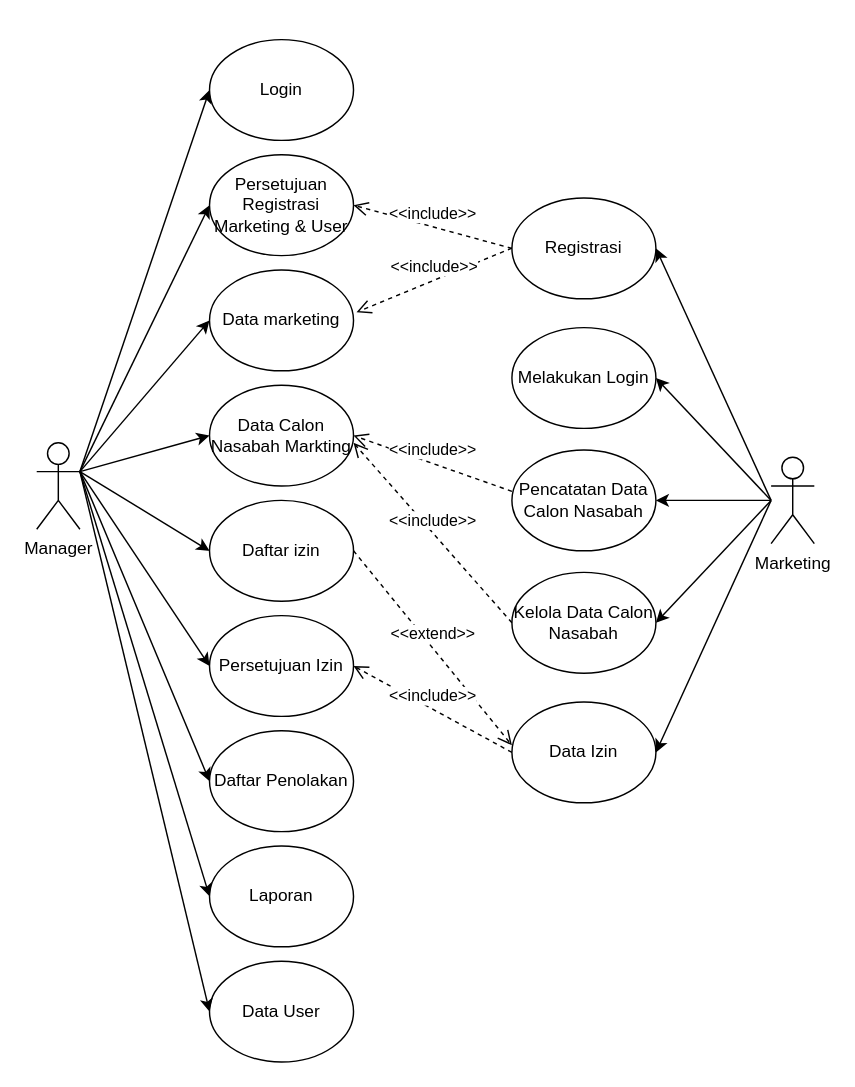
Earlier version of the draw.io diagram LAPORAN/CHART,case,diagram dll/Untitled Diagram.drawio (abidardiansyah/ProjectTA1). Source tidied: cells renumbered, new cells numbered last; positions are measured from the earlier drawing's top-left corner, leaving out a move shared by most shapes. Both pictures are drawn from the tidied source at 144%, with x=0, y=0 at pixel (36, 39).
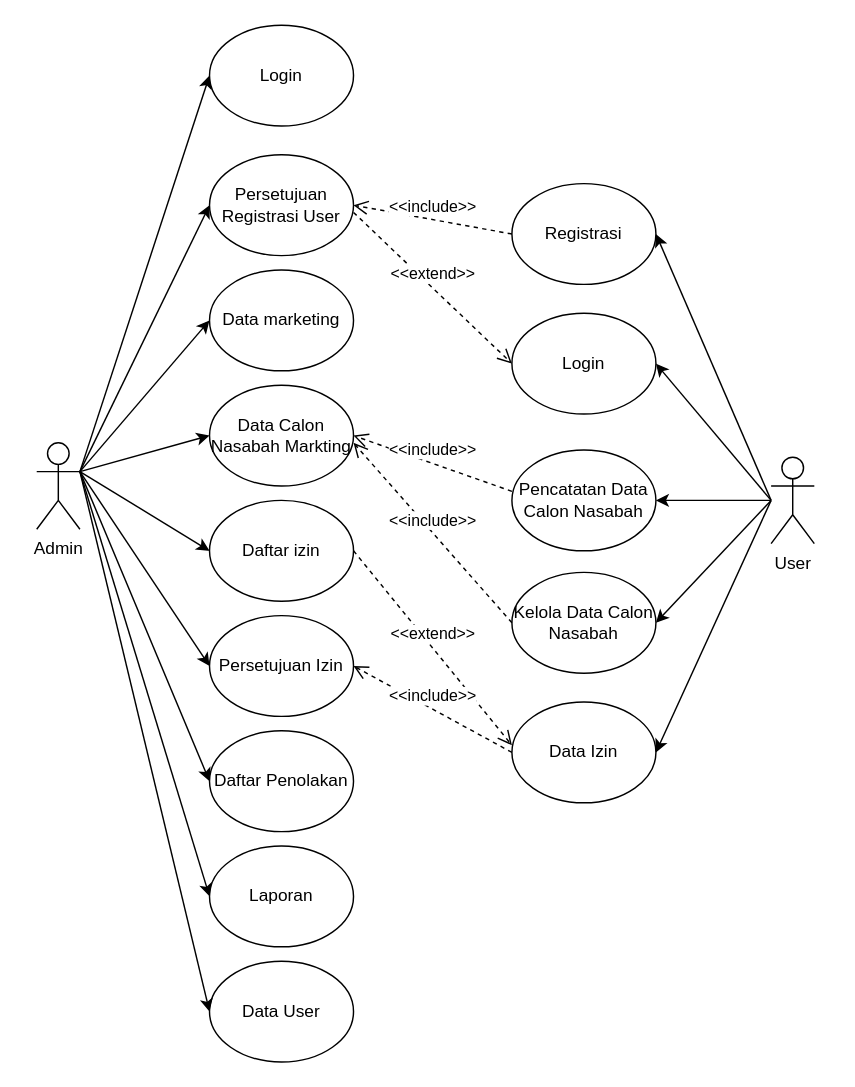
The same diagram, later.

Unchanged cells that the change refers to:
```xml
<mxCell id="15" value="Data marketing" style="ellipse;whiteSpace=wrap;html=1;" parent="1" vertex="1">
  <mxGeometry x="120" y="160" width="100" height="70" as="geometry" />
</mxCell>
```

Change to the diagram source:
```diff
@@
-    <mxCell id="2" value="Marketing" style="shape=umlActor;verticalLabelPosition=bottom;verticalAlign=top;html=1;outlineConnect=0;" parent="1" vertex="1">
+    <mxCell id="2" value="User" style="shape=umlActor;verticalLabelPosition=bottom;verticalAlign=top;html=1;outlineConnect=0;" parent="1" vertex="1">
       <mxGeometry x="510" y="290" width="30" height="60" as="geometry" />
     </mxCell>
-    <mxCell id="3" value="Manager&lt;br&gt;" style="shape=umlActor;verticalLabelPosition=bottom;verticalAlign=top;html=1;outlineConnect=0;" parent="1" vertex="1">
+    <mxCell id="3" value="Admin" style="shape=umlActor;verticalLabelPosition=bottom;verticalAlign=top;html=1;outlineConnect=0;" parent="1" vertex="1">
       <mxGeometry y="280" width="30" height="60" as="geometry" />
     </mxCell>
     <mxCell id="4" value="Registrasi" style="ellipse;whiteSpace=wrap;html=1;" parent="1" vertex="1">
-      <mxGeometry x="330" y="110" width="100" height="70" as="geometry" />
+      <mxGeometry x="330" y="100" width="100" height="70" as="geometry" />
     </mxCell>
@@
-    <mxCell id="12" value="Melakukan Login" style="ellipse;whiteSpace=wrap;html=1;" parent="1" vertex="1">
-      <mxGeometry x="330" y="200" width="100" height="70" as="geometry" />
-    </mxCell>
-    <mxCell id="13" style="endArrow=classic;html=1;rounded=0;entryX=1;entryY=0.5;entryDx=0;entryDy=0;" parent="1" edge="1" target="12">
-      <mxGeometry relative="1" as="geometry">
-        <mxPoint x="510" y="320" as="sourcePoint" />
-      </mxGeometry>
-    </mxCell>
     <mxCell id="14" value="Login" style="ellipse;whiteSpace=wrap;html=1;" parent="1" vertex="1">
-      <mxGeometry x="120" width="100" height="70" as="geometry" />
+      <mxGeometry x="120" y="-10" width="100" height="70" as="geometry" />
     </mxCell>
@@
-    <mxCell id="16" value="&amp;lt;&amp;lt;include&amp;gt;&amp;gt;" style="html=1;verticalAlign=bottom;endArrow=open;dashed=1;endSize=8;elbow=vertical;rounded=0;entryX=1.021;entryY=0.419;entryDx=0;entryDy=0;entryPerimeter=0;" parent="1" edge="1" target="15">
-      <mxGeometry relative="1" as="geometry">
-        <mxPoint x="330" y="144.8" as="sourcePoint" />
-      </mxGeometry>
-    </mxCell>
@@
-    <mxCell id="29" value="Persetujuan Registrasi Marketing &amp;amp; User" style="ellipse;whiteSpace=wrap;html=1;" parent="1" vertex="1">
+    <mxCell id="29" value="Persetujuan Registrasi User" style="ellipse;whiteSpace=wrap;html=1;" parent="1" vertex="1">
       <mxGeometry x="120" y="80" width="100" height="70" as="geometry" />
     </mxCell>
@@
+    <mxCell id="38" value="Login" style="ellipse;whiteSpace=wrap;html=1;" parent="1" vertex="1">
+      <mxGeometry x="330" y="190" width="100" height="70" as="geometry" />
+    </mxCell>
+    <mxCell id="39" value="&amp;lt;&amp;lt;extend&amp;gt;&amp;gt;" style="html=1;verticalAlign=bottom;endArrow=open;dashed=1;endSize=8;elbow=vertical;rounded=0;entryX=0;entryY=0.5;entryDx=0;entryDy=0;" parent="1" edge="1" target="38">
+      <mxGeometry relative="1" as="geometry">
+        <mxPoint x="220" y="120" as="sourcePoint" />
+      </mxGeometry>
+    </mxCell>
+    <mxCell id="40" style="endArrow=classic;html=1;rounded=0;entryX=1;entryY=0.5;entryDx=0;entryDy=0;" parent="1" edge="1" target="38">
+      <mxGeometry relative="1" as="geometry">
+        <mxPoint x="510" y="320" as="sourcePoint" />
+      </mxGeometry>
+    </mxCell>
```
